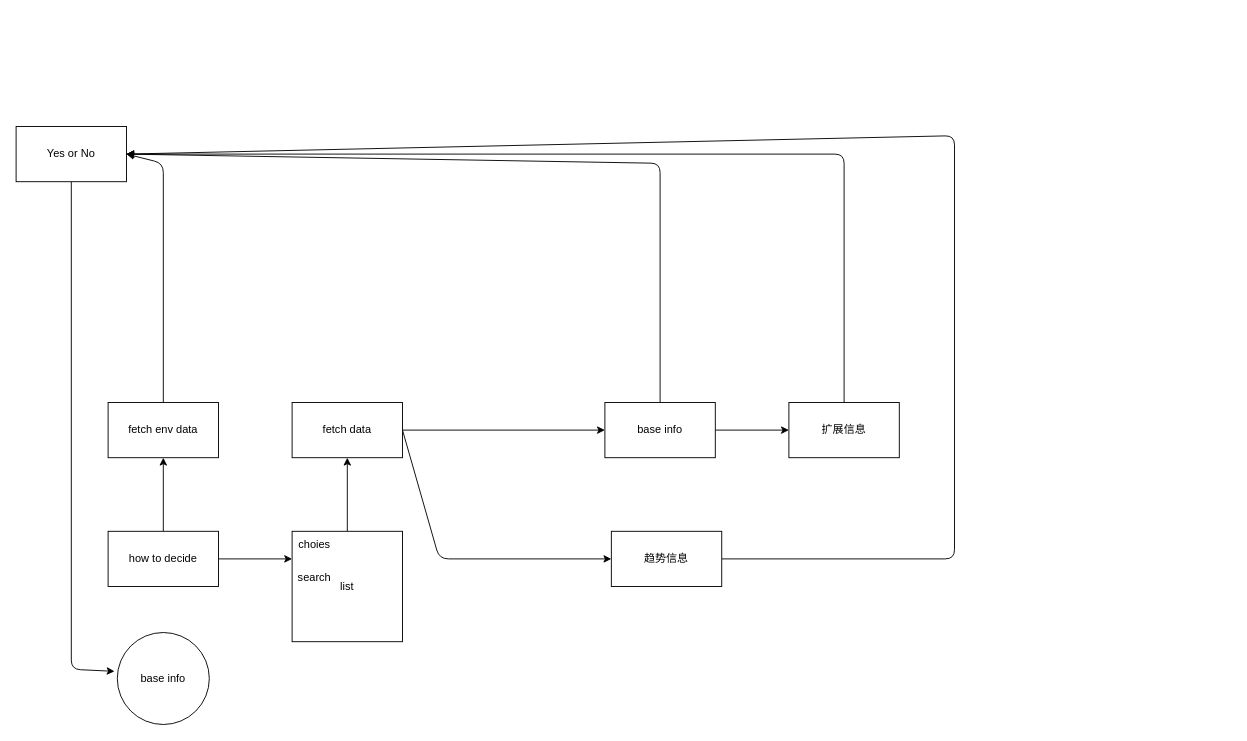
xilin98/Data-Science-For-Beginners keeps this draw.io diagram as MY-EXPLORE/what.dio. Above is the earlier version. Source tidied: cells renumbered, new cells numbered last; positions are measured from the earlier drawing's top-left corner, leaving out a move shared by most shapes. Both pictures are drawn from the tidied source at 92%, with x=0, y=0 at pixel (16, 126).
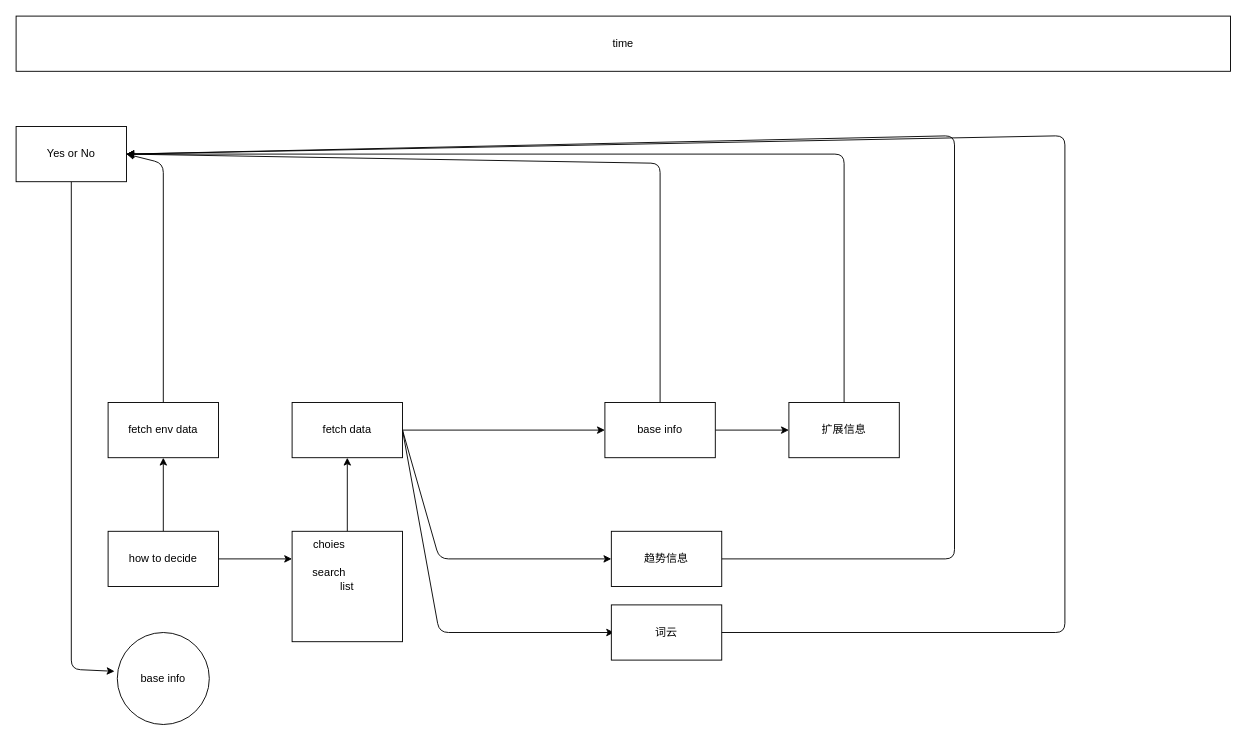
Above is the later version.

Unchanged cells that the change refers to:
```xml
<mxCell id="8" value="fetch data" style="whiteSpace=wrap;html=1;rounded=0;" parent="1" vertex="1">
  <mxGeometry x="300" y="300" width="120" height="60" as="geometry" />
</mxCell>
<mxCell id="23" value="Yes or No" style="rounded=0;whiteSpace=wrap;html=1;" parent="1" vertex="1">
  <mxGeometry width="120" height="60" as="geometry" />
</mxCell>
```

Diff of the diagram source:
```diff
@@
     <mxCell id="20" value="choies" style="text;html=1;align=center;verticalAlign=middle;strokeColor=none;fillColor=none;" parent="1" vertex="1">
-      <mxGeometry x="294" y="440" width="60" height="30" as="geometry" />
+      <mxGeometry x="310" y="440" width="60" height="30" as="geometry" />
     </mxCell>
     <mxCell id="21" value="search" style="text;html=1;align=center;verticalAlign=middle;strokeColor=none;fillColor=none;" parent="1" vertex="1">
-      <mxGeometry x="294" y="475" width="60" height="30" as="geometry" />
+      <mxGeometry x="310" y="470" width="60" height="30" as="geometry" />
     </mxCell>
@@
+    <mxCell id="24" style="endArrow=classic;html=1;exitX=1;exitY=0.5;exitDx=0;exitDy=0;" parent="1" edge="1" source="8">
+      <mxGeometry relative="1" as="geometry">
+        <mxPoint x="650" y="550" as="targetPoint" />
+        <Array as="points">
+          <mxPoint x="460" y="550" />
+        </Array>
+      </mxGeometry>
+    </mxCell>
+    <mxCell id="25" value="词云" style="rounded=0;whiteSpace=wrap;html=1;" parent="1" vertex="1">
+      <mxGeometry x="647" y="520" width="120" height="60" as="geometry" />
+    </mxCell>
+    <mxCell id="26" style="endArrow=classic;html=1;entryX=1;entryY=0.5;entryDx=0;entryDy=0;" parent="1" edge="1" target="23">
+      <mxGeometry relative="1" as="geometry">
+        <mxPoint x="767" y="550" as="sourcePoint" />
+        <Array as="points">
+          <mxPoint x="1140" y="550" />
+          <mxPoint x="1140" y="10" />
+        </Array>
+      </mxGeometry>
+    </mxCell>
+    <mxCell id="27" value="time" style="rounded=0;whiteSpace=wrap;html=1;" parent="1" vertex="1">
+      <mxGeometry y="-120" width="1320" height="60" as="geometry" />
+    </mxCell>
```
